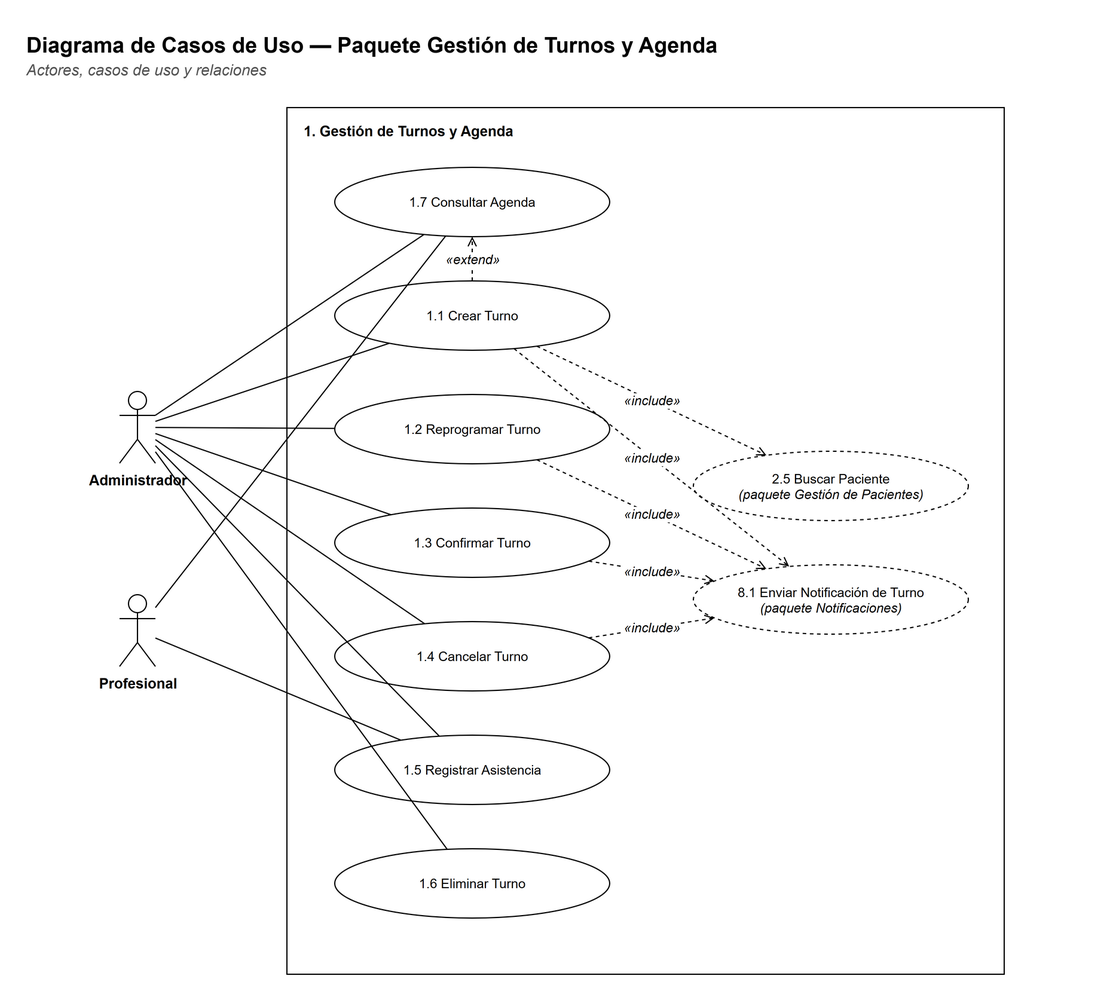
Before: docs/diagramas/paquete-turnos-casos.png, a diagram exported from draw.io (Matiglorioso/kineturnos). Source tidied: cells renumbered, new cells last; positions are measured from the earlier drawing's top-left corner, leaving out a move shared by most shapes.
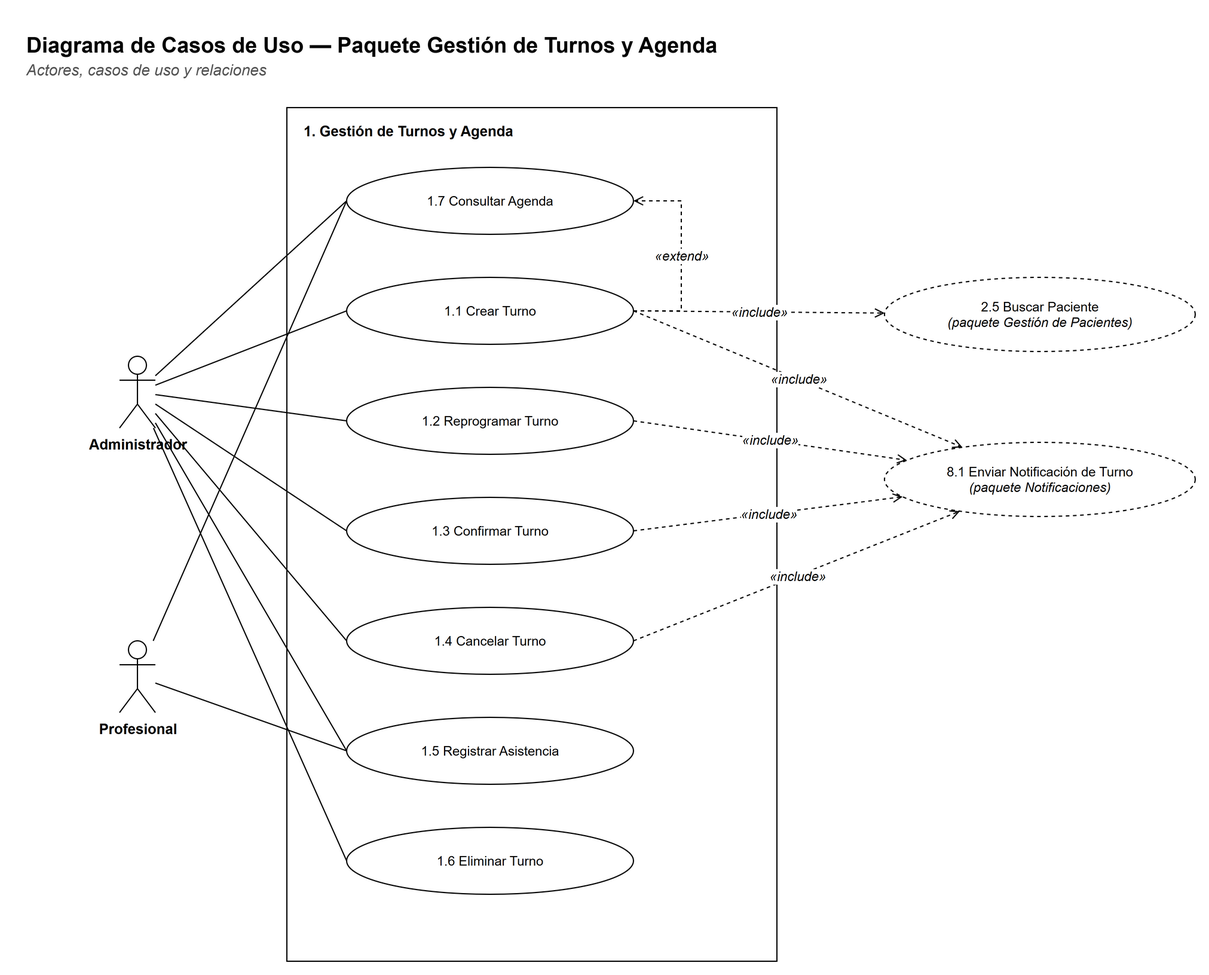
After the change.

What changed in the source:
```diff
@@ -9,87 +9,92 @@
       <mxGeometry y="24" width="900" height="20" as="geometry" />
     </mxCell>
     <mxCell id="4" style="rounded=0;whiteSpace=wrap;html=1;fillColor=#FFFFFF;strokeColor=#000000;fontFamily=Helvetica;fontSize=12;verticalAlign=top;" parent="1" vertex="1">
-      <mxGeometry x="220" y="70" width="600" height="725" as="geometry" />
+      <mxGeometry x="220" y="70" width="410" height="714" as="geometry" />
     </mxCell>
     <mxCell id="5" value="&lt;b&gt;1. Gestión de Turnos y Agenda&lt;/b&gt;" style="text;html=1;strokeColor=none;fillColor=none;align=left;verticalAlign=top;whiteSpace=wrap;fontFamily=Helvetica;fontSize=12;" parent="1" vertex="1">
-      <mxGeometry x="232" y="76" width="580" height="20" as="geometry" />
+      <mxGeometry x="232" y="76" width="390" height="20" as="geometry" />
     </mxCell>
     <mxCell id="6" value="1.7 Consultar Agenda" style="ellipse;whiteSpace=wrap;html=1;fillColor=#FFFFFF;strokeColor=#000000;fontFamily=Helvetica;fontSize=11;" parent="1" vertex="1">
-      <mxGeometry x="260" y="120" width="230" height="58" as="geometry" />
+      <mxGeometry x="270" y="120" width="240" height="56" as="geometry" />
     </mxCell>
     <mxCell id="7" value="1.1 Crear Turno" style="ellipse;whiteSpace=wrap;html=1;fillColor=#FFFFFF;strokeColor=#000000;fontFamily=Helvetica;fontSize=11;" parent="1" vertex="1">
-      <mxGeometry x="260" y="215" width="230" height="58" as="geometry" />
+      <mxGeometry x="270" y="212" width="240" height="56" as="geometry" />
     </mxCell>
     <mxCell id="8" value="1.2 Reprogramar Turno" style="ellipse;whiteSpace=wrap;html=1;fillColor=#FFFFFF;strokeColor=#000000;fontFamily=Helvetica;fontSize=11;" parent="1" vertex="1">
-      <mxGeometry x="260" y="310" width="230" height="58" as="geometry" />
+      <mxGeometry x="270" y="304" width="240" height="56" as="geometry" />
     </mxCell>
     <mxCell id="9" value="1.3 Confirmar Turno" style="ellipse;whiteSpace=wrap;html=1;fillColor=#FFFFFF;strokeColor=#000000;fontFamily=Helvetica;fontSize=11;" parent="1" vertex="1">
-      <mxGeometry x="260" y="405" width="230" height="58" as="geometry" />
+      <mxGeometry x="270" y="396" width="240" height="56" as="geometry" />
     </mxCell>
     <mxCell id="10" value="1.4 Cancelar Turno" style="ellipse;whiteSpace=wrap;html=1;fillColor=#FFFFFF;strokeColor=#000000;fontFamily=Helvetica;fontSize=11;" parent="1" vertex="1">
-      <mxGeometry x="260" y="500" width="230" height="58" as="geometry" />
+      <mxGeometry x="270" y="488" width="240" height="56" as="geometry" />
     </mxCell>
     <mxCell id="11" value="1.5 Registrar Asistencia" style="ellipse;whiteSpace=wrap;html=1;fillColor=#FFFFFF;strokeColor=#000000;fontFamily=Helvetica;fontSize=11;" parent="1" vertex="1">
-      <mxGeometry x="260" y="595" width="230" height="58" as="geometry" />
+      <mxGeometry x="270" y="580" width="240" height="56" as="geometry" />
     </mxCell>
     <mxCell id="12" value="1.6 Eliminar Turno" style="ellipse;whiteSpace=wrap;html=1;fillColor=#FFFFFF;strokeColor=#000000;fontFamily=Helvetica;fontSize=11;" parent="1" vertex="1">
-      <mxGeometry x="260" y="690" width="230" height="58" as="geometry" />
+      <mxGeometry x="270" y="672" width="240" height="56" as="geometry" />
     </mxCell>
     <mxCell id="13" value="2.5 Buscar Paciente&lt;br&gt;&lt;i&gt;(paquete Gestión de Pacientes)&lt;/i&gt;" style="ellipse;whiteSpace=wrap;html=1;fillColor=#FFFFFF;strokeColor=#000000;fontFamily=Helvetica;fontSize=11;dashed=1;" parent="1" vertex="1">
-      <mxGeometry x="560" y="357.5" width="230" height="58" as="geometry" />
+      <mxGeometry x="720" y="212" width="260" height="62" as="geometry" />
     </mxCell>
     <mxCell id="14" value="8.1 Enviar Notificación de Turno&lt;br&gt;&lt;i&gt;(paquete Notificaciones)&lt;/i&gt;" style="ellipse;whiteSpace=wrap;html=1;fillColor=#FFFFFF;strokeColor=#000000;fontFamily=Helvetica;fontSize=11;dashed=1;" parent="1" vertex="1">
-      <mxGeometry x="560" y="452.5" width="230" height="58" as="geometry" />
+      <mxGeometry x="720" y="350" width="260" height="62" as="geometry" />
     </mxCell>
     <mxCell id="15" value="Administrador" style="shape=umlActor;verticalLabelPosition=bottom;verticalAlign=top;html=1;outlineConnect=0;fillColor=#FFFFFF;strokeColor=#000000;fontFamily=Helvetica;fontSize=12;fontStyle=1;" parent="1" vertex="1">
-      <mxGeometry x="80" y="307.5" width="30" height="60" as="geometry" />
+      <mxGeometry x="80" y="278" width="30" height="60" as="geometry" />
     </mxCell>
     <mxCell id="16" value="Profesional" style="shape=umlActor;verticalLabelPosition=bottom;verticalAlign=top;html=1;outlineConnect=0;fillColor=#FFFFFF;strokeColor=#000000;fontFamily=Helvetica;fontSize=12;fontStyle=1;" parent="1" vertex="1">
-      <mxGeometry x="80" y="477.5" width="30" height="60" as="geometry" />
+      <mxGeometry x="80" y="516" width="30" height="60" as="geometry" />
     </mxCell>
-    <mxCell id="17" style="edgeStyle=none;html=1;endArrow=none;endFill=0;strokeColor=#000000;fontFamily=Helvetica;fontSize=11;labelBackgroundColor=#FFFFFF;" parent="1" edge="1" source="15" target="7">
+    <mxCell id="17" style="edgeStyle=none;html=1;endArrow=none;endFill=0;strokeColor=#000000;fontFamily=Helvetica;fontSize=11;labelBackgroundColor=#FFFFFF;entryX=0;entryY=0.5;entryDx=0;entryDy=0;" parent="1" edge="1" source="15" target="6">
       <mxGeometry relative="1" as="geometry" />
     </mxCell>
-    <mxCell id="18" style="edgeStyle=none;html=1;endArrow=none;endFill=0;strokeColor=#000000;fontFamily=Helvetica;fontSize=11;labelBackgroundColor=#FFFFFF;" parent="1" edge="1" source="15" target="8">
+    <mxCell id="18" style="edgeStyle=none;html=1;endArrow=none;endFill=0;strokeColor=#000000;fontFamily=Helvetica;fontSize=11;labelBackgroundColor=#FFFFFF;entryX=0;entryY=0.5;entryDx=0;entryDy=0;" parent="1" edge="1" source="16" target="6">
       <mxGeometry relative="1" as="geometry" />
     </mxCell>
-    <mxCell id="19" style="edgeStyle=none;html=1;endArrow=none;endFill=0;strokeColor=#000000;fontFamily=Helvetica;fontSize=11;labelBackgroundColor=#FFFFFF;" parent="1" edge="1" source="15" target="9">
+    <mxCell id="19" style="edgeStyle=none;html=1;endArrow=none;endFill=0;strokeColor=#000000;fontFamily=Helvetica;fontSize=11;labelBackgroundColor=#FFFFFF;entryX=0;entryY=0.5;entryDx=0;entryDy=0;" parent="1" edge="1" source="15" target="7">
       <mxGeometry relative="1" as="geometry" />
     </mxCell>
-    <mxCell id="20" style="edgeStyle=none;html=1;endArrow=none;endFill=0;strokeColor=#000000;fontFamily=Helvetica;fontSize=11;labelBackgroundColor=#FFFFFF;" parent="1" edge="1" source="15" target="10">
+    <mxCell id="20" style="edgeStyle=none;html=1;endArrow=none;endFill=0;strokeColor=#000000;fontFamily=Helvetica;fontSize=11;labelBackgroundColor=#FFFFFF;entryX=0;entryY=0.5;entryDx=0;entryDy=0;" parent="1" edge="1" source="15" target="8">
       <mxGeometry relative="1" as="geometry" />
     </mxCell>
-    <mxCell id="21" style="edgeStyle=none;html=1;endArrow=none;endFill=0;strokeColor=#000000;fontFamily=Helvetica;fontSize=11;labelBackgroundColor=#FFFFFF;" parent="1" edge="1" source="15" target="11">
+    <mxCell id="21" style="edgeStyle=none;html=1;endArrow=none;endFill=0;strokeColor=#000000;fontFamily=Helvetica;fontSize=11;labelBackgroundColor=#FFFFFF;entryX=0;entryY=0.5;entryDx=0;entryDy=0;" parent="1" edge="1" source="15" target="9">
       <mxGeometry relative="1" as="geometry" />
     </mxCell>
-    <mxCell id="22" style="edgeStyle=none;html=1;endArrow=none;endFill=0;strokeColor=#000000;fontFamily=Helvetica;fontSize=11;labelBackgroundColor=#FFFFFF;" parent="1" edge="1" source="16" target="11">
+    <mxCell id="22" style="edgeStyle=none;html=1;endArrow=none;endFill=0;strokeColor=#000000;fontFamily=Helvetica;fontSize=11;labelBackgroundColor=#FFFFFF;entryX=0;entryY=0.5;entryDx=0;entryDy=0;" parent="1" edge="1" source="15" target="10">
       <mxGeometry relative="1" as="geometry" />
     </mxCell>
-    <mxCell id="23" style="edgeStyle=none;html=1;endArrow=none;endFill=0;strokeColor=#000000;fontFamily=Helvetica;fontSize=11;labelBackgroundColor=#FFFFFF;" parent="1" edge="1" source="15" target="12">
+    <mxCell id="23" style="edgeStyle=none;html=1;endArrow=none;endFill=0;strokeColor=#000000;fontFamily=Helvetica;fontSize=11;labelBackgroundColor=#FFFFFF;entryX=0;entryY=0.5;entryDx=0;entryDy=0;" parent="1" edge="1" source="15" target="11">
       <mxGeometry relative="1" as="geometry" />
     </mxCell>
-    <mxCell id="24" style="edgeStyle=none;html=1;endArrow=none;endFill=0;strokeColor=#000000;fontFamily=Helvetica;fontSize=11;labelBackgroundColor=#FFFFFF;" parent="1" edge="1" source="15" target="6">
+    <mxCell id="24" style="edgeStyle=none;html=1;endArrow=none;endFill=0;strokeColor=#000000;fontFamily=Helvetica;fontSize=11;labelBackgroundColor=#FFFFFF;entryX=0;entryY=0.5;entryDx=0;entryDy=0;" parent="1" edge="1" source="16" target="11">
       <mxGeometry relative="1" as="geometry" />
     </mxCell>
-    <mxCell id="25" style="edgeStyle=none;html=1;endArrow=none;endFill=0;strokeColor=#000000;fontFamily=Helvetica;fontSize=11;labelBackgroundColor=#FFFFFF;" parent="1" edge="1" source="16" target="6">
+    <mxCell id="25" style="edgeStyle=none;html=1;endArrow=none;endFill=0;strokeColor=#000000;fontFamily=Helvetica;fontSize=11;labelBackgroundColor=#FFFFFF;entryX=0;entryY=0.5;entryDx=0;entryDy=0;" parent="1" edge="1" source="15" target="12">
       <mxGeometry relative="1" as="geometry" />
     </mxCell>
-    <mxCell id="26" value="«include»" style="edgeStyle=none;html=1;endArrow=open;endFill=0;strokeColor=#000000;fontFamily=Helvetica;fontSize=11;labelBackgroundColor=#FFFFFF;dashed=1;fontStyle=2;" parent="1" edge="1" source="7" target="13">
-      <mxGeometry relative="1" as="geometry" />
+    <mxCell id="26" value="«extend»" style="edgeStyle=orthogonalEdgeStyle;rounded=0;html=1;endArrow=open;startArrow=none;endFill=0;startFill=0;strokeColor=#000000;fontFamily=Helvetica;fontSize=11;fontStyle=2;labelBackgroundColor=#FFFFFF;dashed=1;exitX=1;exitY=0.5;exitDx=0;exitDy=0;entryX=1;entryY=0.5;entryDx=0;entryDy=0;" parent="1" edge="1" source="7" target="6">
+      <mxGeometry relative="1" as="geometry">
+        <Array as="points">
+          <mxPoint x="550" y="240" />
+          <mxPoint x="550" y="148" />
+        </Array>
+      </mxGeometry>
     </mxCell>
-    <mxCell id="27" value="«include»" style="edgeStyle=none;html=1;endArrow=open;endFill=0;strokeColor=#000000;fontFamily=Helvetica;fontSize=11;labelBackgroundColor=#FFFFFF;dashed=1;fontStyle=2;" parent="1" edge="1" source="7" target="14">
+    <mxCell id="27" value="«include»" style="edgeStyle=none;html=1;endArrow=open;endFill=0;strokeColor=#000000;fontFamily=Helvetica;fontSize=11;labelBackgroundColor=#FFFFFF;dashed=1;fontStyle=2;exitX=1;exitY=0.5;exitDx=0;exitDy=0;" parent="1" edge="1" source="7" target="13">
       <mxGeometry relative="1" as="geometry" />
     </mxCell>
-    <mxCell id="28" value="«include»" style="edgeStyle=none;html=1;endArrow=open;endFill=0;strokeColor=#000000;fontFamily=Helvetica;fontSize=11;labelBackgroundColor=#FFFFFF;dashed=1;fontStyle=2;" parent="1" edge="1" source="8" target="14">
+    <mxCell id="28" value="«include»" style="edgeStyle=none;html=1;endArrow=open;endFill=0;strokeColor=#000000;fontFamily=Helvetica;fontSize=11;labelBackgroundColor=#FFFFFF;dashed=1;fontStyle=2;exitX=1;exitY=0.5;exitDx=0;exitDy=0;" parent="1" edge="1" source="7" target="14">
       <mxGeometry relative="1" as="geometry" />
     </mxCell>
-    <mxCell id="29" value="«include»" style="edgeStyle=none;html=1;endArrow=open;endFill=0;strokeColor=#000000;fontFamily=Helvetica;fontSize=11;labelBackgroundColor=#FFFFFF;dashed=1;fontStyle=2;" parent="1" edge="1" source="9" target="14">
+    <mxCell id="29" value="«include»" style="edgeStyle=none;html=1;endArrow=open;endFill=0;strokeColor=#000000;fontFamily=Helvetica;fontSize=11;labelBackgroundColor=#FFFFFF;dashed=1;fontStyle=2;exitX=1;exitY=0.5;exitDx=0;exitDy=0;" parent="1" edge="1" source="8" target="14">
       <mxGeometry relative="1" as="geometry" />
     </mxCell>
-    <mxCell id="30" value="«include»" style="edgeStyle=none;html=1;endArrow=open;endFill=0;strokeColor=#000000;fontFamily=Helvetica;fontSize=11;labelBackgroundColor=#FFFFFF;dashed=1;fontStyle=2;" parent="1" edge="1" source="10" target="14">
+    <mxCell id="30" value="«include»" style="edgeStyle=none;html=1;endArrow=open;endFill=0;strokeColor=#000000;fontFamily=Helvetica;fontSize=11;labelBackgroundColor=#FFFFFF;dashed=1;fontStyle=2;exitX=1;exitY=0.5;exitDx=0;exitDy=0;" parent="1" edge="1" source="9" target="14">
       <mxGeometry relative="1" as="geometry" />
     </mxCell>
-    <mxCell id="31" value="«extend»" style="edgeStyle=none;html=1;endArrow=open;endFill=0;strokeColor=#000000;fontFamily=Helvetica;fontSize=11;labelBackgroundColor=#FFFFFF;dashed=1;fontStyle=2;" parent="1" edge="1" source="7" target="6">
+    <mxCell id="31" value="«include»" style="edgeStyle=none;html=1;endArrow=open;endFill=0;strokeColor=#000000;fontFamily=Helvetica;fontSize=11;labelBackgroundColor=#FFFFFF;dashed=1;fontStyle=2;exitX=1;exitY=0.5;exitDx=0;exitDy=0;" parent="1" edge="1" source="10" target="14">
       <mxGeometry relative="1" as="geometry" />
     </mxCell>
   </root>
```
